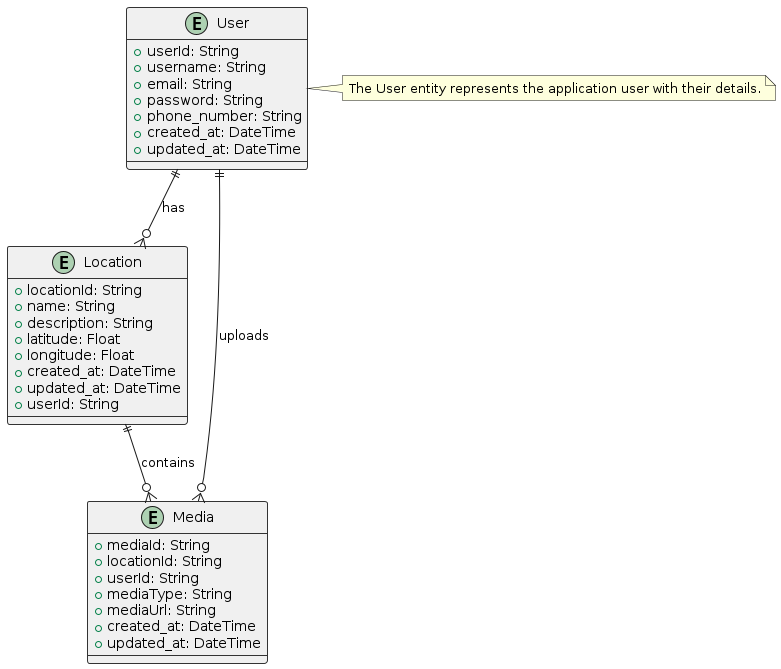
Above: out/docs/class_diagram/class_diagram.png in inatagan/owlmap (PlantUML), before the change.
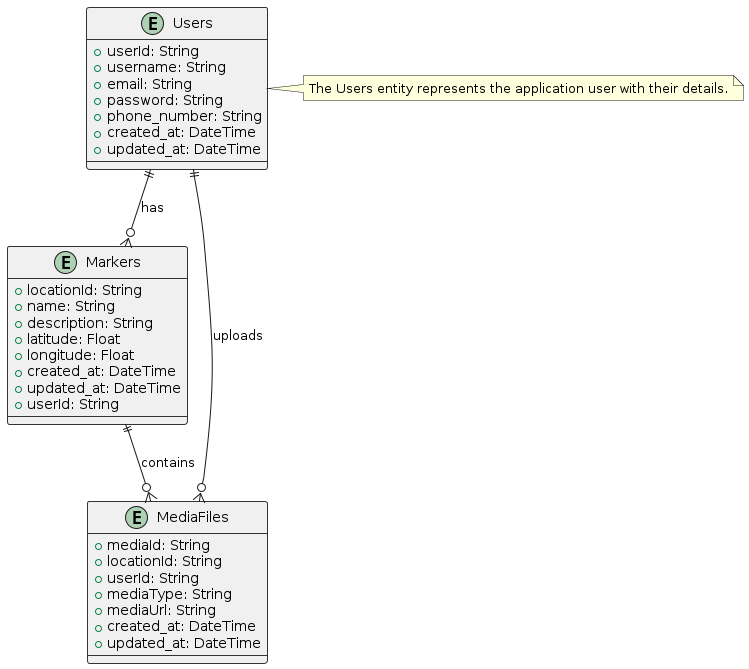
Above is the later version.

Diff of the diagram source:
```diff
@@ -4,7 +4,7 @@
     BorderColor #333333
     BorderThickness 1
 }
-entity "User" as User {
+entity "Users" as Users {
     +userId: String
     +username: String
     +email: String
@@ -13,7 +13,7 @@
     +created_at: DateTime
     +updated_at: DateTime
 }
-entity "Location" as Location {
+entity "Markers" as Markers {
     +locationId: String
     +name: String
     +description: String
@@ -23,7 +23,7 @@
     +updated_at: DateTime
     +userId: String
 }
-entity "Media" as Media {
+entity "MediaFiles" as MediaFiles {
     +mediaId: String
     +locationId: String
     +userId: String
@@ -32,10 +32,10 @@
     +created_at: DateTime
     +updated_at: DateTime
 }
-User ||--o{ Location : "has"
-User ||--o{ Media : "uploads"
-Location ||--o{ Media : "contains"
-note right of User
-    The User entity represents the application user with their details.
+Users ||--o{ Markers : "has"
+Users ||--o{ MediaFiles : "uploads"
+Markers ||--o{ MediaFiles : "contains"
+note right of Users
+    The Users entity represents the application user with their details.
 end note
 @enduml
```
